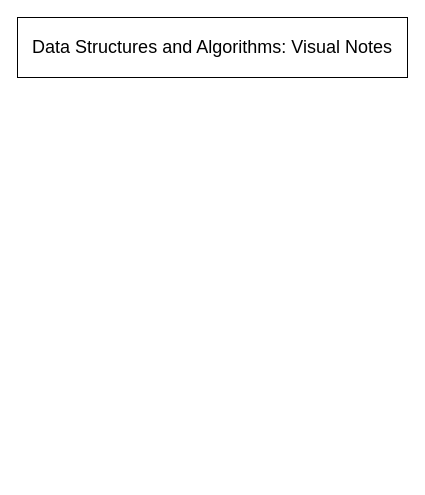
This is page "Page-1" (1 of 2) of notes.drawio from mubarizafzal/DSA-Notes, a draw.io file, before an edit. Source tidied: cells renumbered, new cells numbered last; positions are measured from the earlier drawing's top-left corner, leaving out a move shared by most shapes. Both pictures are drawn from the tidied source at 100%, with x=0, y=0 at pixel (17, 17).
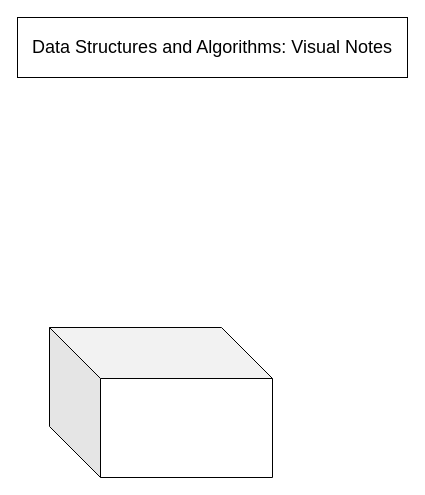
After the change.

The edit, as a diff of the source:
```diff
@@
 <mxGraphModel>
   <root>
     <mxCell id="0" />
     <mxCell id="1" parent="0" />
     <mxCell id="2" value="&lt;font style=&quot;font-size: 18px&quot;&gt;Data Structures and Algorithms: Visual Notes&lt;/font&gt;" style="rounded=0;whiteSpace=wrap;html=1;" parent="1" vertex="1">
       <mxGeometry width="390" height="60" as="geometry" />
     </mxCell>
+    <mxCell id="3" style="shape=cube;whiteSpace=wrap;html=1;boundedLbl=1;backgroundOutline=1;darkOpacity=0.05;darkOpacity2=0.1;size=51;" parent="1" vertex="1">
+      <mxGeometry x="32" y="310" width="223" height="150" as="geometry" />
+    </mxCell>
   </root>
 </mxGraphModel>
```
